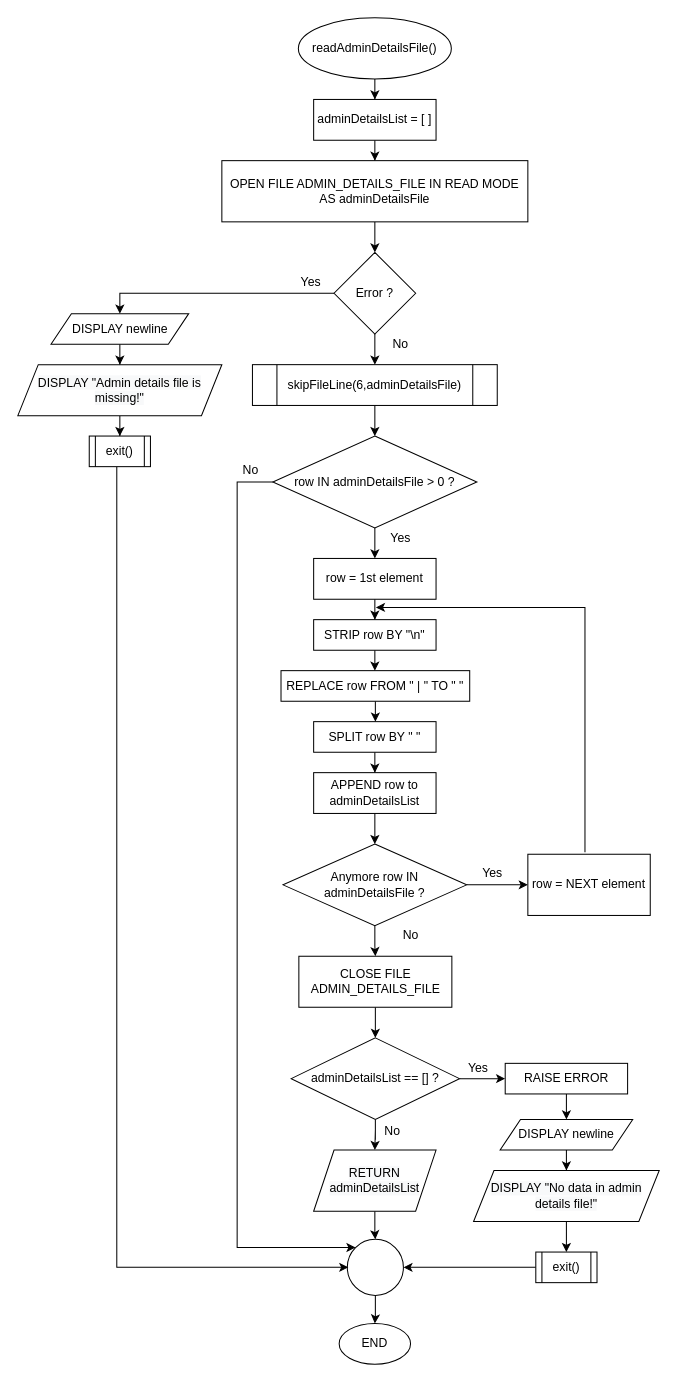
The draw.io diagram page "readAdminDetailsFile" (13 of 41) of Documentation/All_Flowcharts.drawio in 0xYudhishthra/python-assignment, before the edit. Source tidied: cells renumbered, new cells numbered last; positions are measured from the earlier drawing's top-left corner, leaving out a move shared by most shapes. Both pictures are drawn from the tidied source at 102%, with x=0, y=0 at pixel (17, 17).
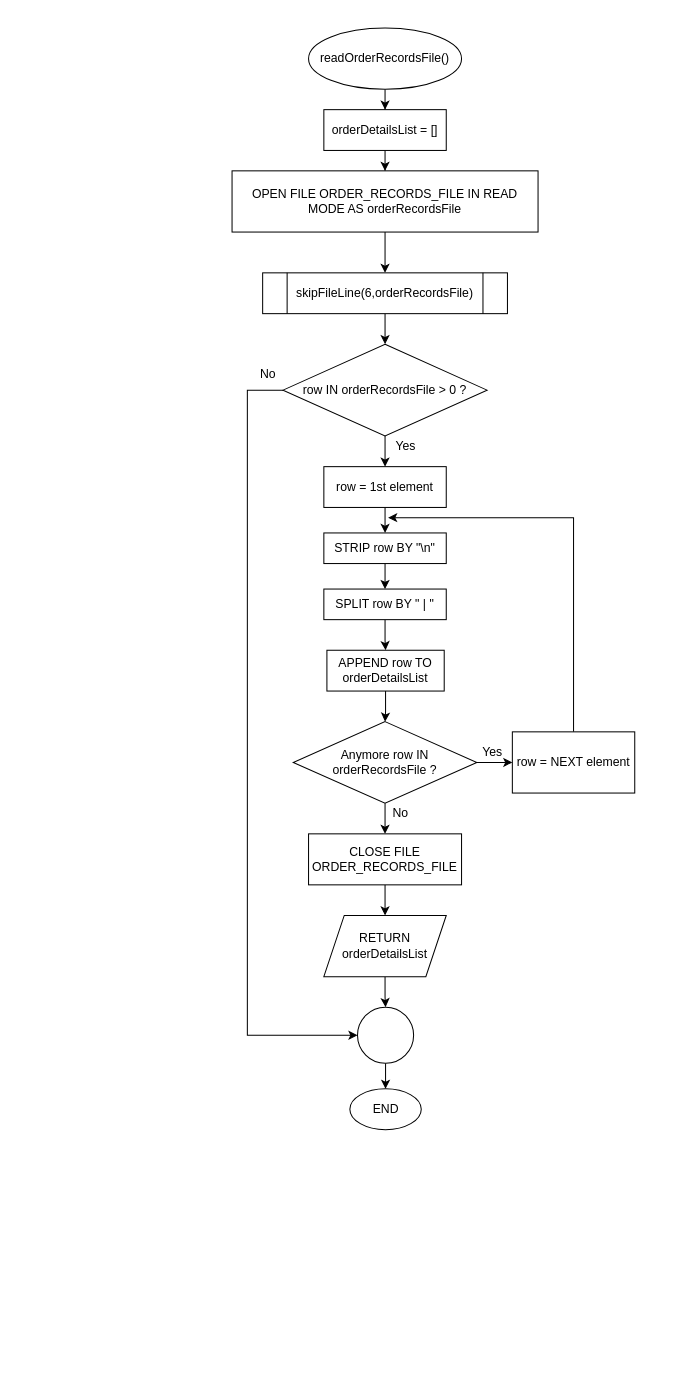
Above is the later version.

The edit, as a diff of the source:
```diff
@@
-    <mxCell id="2" style="edgeStyle=orthogonalEdgeStyle;rounded=0;jettySize=auto;html=1;" parent="1" edge="1" source="3" target="5">
-      <mxGeometry relative="1" as="geometry" />
-    </mxCell>
-    <mxCell id="3" value="readAdminDetailsFile()" style="ellipse;whiteSpace=wrap;html=1;" parent="1" vertex="1">
-      <mxGeometry x="275" width="150" height="60" as="geometry" />
-    </mxCell>
-    <mxCell id="4" style="edgeStyle=orthogonalEdgeStyle;rounded=0;jettySize=auto;html=1;" parent="1" edge="1" source="5" target="7">
-      <mxGeometry relative="1" as="geometry" />
-    </mxCell>
-    <mxCell id="5" value="adminDetailsList = [ ]" style="whiteSpace=wrap;html=1;" parent="1" vertex="1">
-      <mxGeometry x="290" y="80" width="120" height="40" as="geometry" />
-    </mxCell>
-    <mxCell id="6" style="edgeStyle=orthogonalEdgeStyle;rounded=0;jettySize=auto;html=1;" parent="1" edge="1" source="7" target="10">
-      <mxGeometry relative="1" as="geometry" />
-    </mxCell>
-    <mxCell id="7" value="OPEN FILE ADMIN_DETAILS_FILE IN READ MODE AS adminDetailsFile" style="whiteSpace=wrap;html=1;" parent="1" vertex="1">
-      <mxGeometry x="200" y="140" width="300" height="60" as="geometry" />
-    </mxCell>
-    <mxCell id="8" style="edgeStyle=orthogonalEdgeStyle;rounded=0;jettySize=auto;html=1;" parent="1" edge="1" source="10" target="12">
-      <mxGeometry relative="1" as="geometry" />
-    </mxCell>
-    <mxCell id="9" style="edgeStyle=orthogonalEdgeStyle;rounded=0;jettySize=auto;html=1;entryX=0.5;entryY=0;entryDx=0;entryDy=0;" parent="1" edge="1" source="10" target="55">
-      <mxGeometry relative="1" as="geometry" />
-    </mxCell>
-    <mxCell id="10" value="Error ?" style="rhombus;whiteSpace=wrap;html=1;" parent="1" vertex="1">
-      <mxGeometry x="310" y="230" width="80" height="80" as="geometry" />
-    </mxCell>
-    <mxCell id="11" style="edgeStyle=orthogonalEdgeStyle;rounded=0;jettySize=auto;html=1;" parent="1" edge="1" source="12" target="24">
-      <mxGeometry relative="1" as="geometry" />
-    </mxCell>
-    <mxCell id="12" value="skipFileLine(6,adminDetailsFile)" style="shape=process;whiteSpace=wrap;html=1;backgroundOutline=1;" parent="1" vertex="1">
-      <mxGeometry x="230" y="340" width="240" height="40" as="geometry" />
-    </mxCell>
+    <mxCell id="63" style="edgeStyle=orthogonalEdgeStyle;rounded=0;jettySize=auto;html=1;" parent="1" edge="1" source="64" target="66">
+      <mxGeometry relative="1" as="geometry" />
+    </mxCell>
+    <mxCell id="64" value="readOrderRecordsFile()" style="ellipse;whiteSpace=wrap;html=1;" parent="1" vertex="1">
+      <mxGeometry x="285" y="10" width="150" height="60" as="geometry" />
+    </mxCell>
+    <mxCell id="65" style="edgeStyle=orthogonalEdgeStyle;rounded=0;jettySize=auto;html=1;" parent="1" edge="1" source="66" target="68">
+      <mxGeometry relative="1" as="geometry" />
+    </mxCell>
+    <mxCell id="66" value="orderDetailsList = []" style="whiteSpace=wrap;html=1;" parent="1" vertex="1">
+      <mxGeometry x="300" y="90" width="120" height="40" as="geometry" />
+    </mxCell>
+    <mxCell id="67" style="edgeStyle=orthogonalEdgeStyle;rounded=0;jettySize=auto;html=1;entryX=0.5;entryY=0;entryDx=0;entryDy=0;" parent="1" edge="1" source="68" target="70">
+      <mxGeometry relative="1" as="geometry" />
+    </mxCell>
+    <mxCell id="68" value="OPEN FILE ORDER_RECORDS_FILE IN READ MODE AS orderRecordsFile" style="whiteSpace=wrap;html=1;" parent="1" vertex="1">
+      <mxGeometry x="210" y="150" width="300" height="60" as="geometry" />
+    </mxCell>
+    <mxCell id="69" style="edgeStyle=orthogonalEdgeStyle;rounded=0;jettySize=auto;html=1;" parent="1" edge="1" source="70" target="76">
+      <mxGeometry relative="1" as="geometry" />
+    </mxCell>
+    <mxCell id="70" value="skipFileLine(6,orderRecordsFile)" style="shape=process;whiteSpace=wrap;html=1;backgroundOutline=1;" parent="1" vertex="1">
+      <mxGeometry x="240" y="250" width="240" height="40" as="geometry" />
+    </mxCell>
@@
     <mxCell id="14" value="row = 1st element" style="whiteSpace=wrap;html=1;" parent="1" vertex="1">
-      <mxGeometry x="290" y="530" width="120" height="40" as="geometry" />
+      <mxGeometry x="300" y="440" width="120" height="40" as="geometry" />
     </mxCell>
-    <mxCell id="15" style="edgeStyle=orthogonalEdgeStyle;rounded=0;jettySize=auto;html=1;" parent="1" edge="1" source="16" target="27">
-      <mxGeometry relative="1" as="geometry" />
-    </mxCell>
-    <mxCell id="16" value="SPLIT row BY &quot; &quot;" style="whiteSpace=wrap;html=1;" parent="1" vertex="1">
-      <mxGeometry x="290" y="690" width="120" height="30" as="geometry" />
-    </mxCell>
-    <mxCell id="17" style="edgeStyle=orthogonalEdgeStyle;rounded=0;jettySize=auto;html=1;" parent="1" edge="1" source="18" target="16">
-      <mxGeometry relative="1" as="geometry" />
-    </mxCell>
-    <mxCell id="18" value="REPLACE row FROM &quot; | &quot; TO &quot; &quot;" style="whiteSpace=wrap;html=1;" parent="1" vertex="1">
-      <mxGeometry x="258" y="640" width="185" height="30" as="geometry" />
-    </mxCell>
-    <mxCell id="19" style="edgeStyle=orthogonalEdgeStyle;rounded=0;jettySize=auto;html=1;" parent="1" edge="1" source="20" target="18">
-      <mxGeometry relative="1" as="geometry" />
-    </mxCell>
+    <mxCell id="71" style="edgeStyle=orthogonalEdgeStyle;rounded=0;jettySize=auto;html=1;" parent="1" edge="1" source="72" target="79">
+      <mxGeometry relative="1" as="geometry" />
+    </mxCell>
+    <mxCell id="72" value="SPLIT row BY &quot; | &quot;" style="whiteSpace=wrap;html=1;" parent="1" vertex="1">
+      <mxGeometry x="300" y="560" width="120" height="30" as="geometry" />
+    </mxCell>
+    <mxCell id="73" style="edgeStyle=orthogonalEdgeStyle;rounded=0;jettySize=auto;html=1;entryX=0.5;entryY=0;entryDx=0;entryDy=0;" parent="1" edge="1" source="20" target="72">
+      <mxGeometry relative="1" as="geometry" />
+    </mxCell>
     <mxCell id="20" value="STRIP row BY &quot;\n&quot;" style="whiteSpace=wrap;html=1;" parent="1" vertex="1">
-      <mxGeometry x="290" y="590" width="120" height="30" as="geometry" />
+      <mxGeometry x="300" y="505" width="120" height="30" as="geometry" />
     </mxCell>
-    <mxCell id="21" value="No" style="text;html=1;align=center;verticalAlign=middle;strokeColor=none;" parent="1" vertex="1">
-      <mxGeometry x="360" y="310" width="30" height="20" as="geometry" />
-    </mxCell>
-    <mxCell id="22" style="edgeStyle=orthogonalEdgeStyle;rounded=0;jettySize=auto;html=1;" parent="1" edge="1" source="24" target="14">
-      <mxGeometry relative="1" as="geometry" />
-    </mxCell>
-    <mxCell id="23" style="edgeStyle=orthogonalEdgeStyle;rounded=0;jettySize=auto;html=1;entryX=0;entryY=0;entryDx=0;entryDy=0;" parent="1" edge="1" source="24" target="53">
-      <mxGeometry relative="1" as="geometry">
-        <Array as="points">
-          <mxPoint x="215" y="455" />
-          <mxPoint x="215" y="1206" />
-        </Array>
-      </mxGeometry>
-    </mxCell>
-    <mxCell id="24" value="row IN adminDetailsFile &amp;gt; 0 ?" style="rhombus;whiteSpace=wrap;html=1;" parent="1" vertex="1">
-      <mxGeometry x="250" y="410" width="200" height="90" as="geometry" />
-    </mxCell>
-    <mxCell id="25" value="Yes" style="text;html=1;align=center;verticalAlign=middle;strokeColor=none;" parent="1" vertex="1">
-      <mxGeometry x="355" y="500" width="40" height="20" as="geometry" />
-    </mxCell>
-    <mxCell id="26" style="edgeStyle=orthogonalEdgeStyle;rounded=0;jettySize=auto;html=1;" parent="1" edge="1" source="27" target="30">
-      <mxGeometry relative="1" as="geometry" />
-    </mxCell>
-    <mxCell id="27" value="APPEND row to adminDetailsList" style="whiteSpace=wrap;html=1;" parent="1" vertex="1">
-      <mxGeometry x="290" y="740" width="120" height="40" as="geometry" />
-    </mxCell>
-    <mxCell id="28" style="edgeStyle=orthogonalEdgeStyle;rounded=0;jettySize=auto;html=1;" parent="1" edge="1" source="30" target="32">
-      <mxGeometry relative="1" as="geometry" />
-    </mxCell>
-    <mxCell id="29" style="edgeStyle=orthogonalEdgeStyle;rounded=0;jettySize=auto;html=1;" parent="1" edge="1" source="30" target="35">
-      <mxGeometry relative="1" as="geometry" />
-    </mxCell>
-    <mxCell id="30" value="Anymore row IN adminDetailsFile ?" style="rhombus;whiteSpace=wrap;html=1;" parent="1" vertex="1">
-      <mxGeometry x="260" y="810" width="180" height="80" as="geometry" />
-    </mxCell>
-    <mxCell id="31" style="edgeStyle=orthogonalEdgeStyle;rounded=0;orthogonalLoop=1;jettySize=auto;html=1;" parent="1" edge="1">
-      <mxGeometry relative="1" as="geometry">
-        <mxPoint x="556" y="818" as="sourcePoint" />
-        <mxPoint x="351" y="578" as="targetPoint" />
-        <Array as="points">
-          <mxPoint x="556" y="578" />
-        </Array>
-      </mxGeometry>
-    </mxCell>
+    <mxCell id="74" style="edgeStyle=orthogonalEdgeStyle;rounded=0;jettySize=auto;html=1;" parent="1" edge="1" source="76" target="14">
+      <mxGeometry relative="1" as="geometry" />
+    </mxCell>
+    <mxCell id="75" style="edgeStyle=orthogonalEdgeStyle;rounded=0;jettySize=auto;html=1;entryX=0;entryY=0.5;entryDx=0;entryDy=0;" parent="1" edge="1" source="76" target="91">
+      <mxGeometry relative="1" as="geometry">
+        <Array as="points">
+          <mxPoint x="225" y="365" />
+          <mxPoint x="225" y="998" />
+        </Array>
+      </mxGeometry>
+    </mxCell>
+    <mxCell id="76" value="row IN orderRecordsFile &amp;gt; 0 ?" style="rhombus;whiteSpace=wrap;html=1;" parent="1" vertex="1">
+      <mxGeometry x="260" y="320" width="200" height="90" as="geometry" />
+    </mxCell>
+    <mxCell id="77" value="Yes" style="text;html=1;align=center;verticalAlign=middle;strokeColor=none;" parent="1" vertex="1">
+      <mxGeometry x="360" y="410" width="40" height="20" as="geometry" />
+    </mxCell>
+    <mxCell id="78" style="edgeStyle=orthogonalEdgeStyle;rounded=0;jettySize=auto;html=1;" parent="1" edge="1" source="79" target="82">
+      <mxGeometry relative="1" as="geometry" />
+    </mxCell>
+    <mxCell id="79" value="APPEND row TO orderDetailsList" style="whiteSpace=wrap;html=1;" parent="1" vertex="1">
+      <mxGeometry x="303" y="620" width="115" height="40" as="geometry" />
+    </mxCell>
+    <mxCell id="80" style="edgeStyle=orthogonalEdgeStyle;rounded=0;jettySize=auto;html=1;" parent="1" edge="1" source="82" target="32">
+      <mxGeometry relative="1" as="geometry" />
+    </mxCell>
+    <mxCell id="81" style="edgeStyle=orthogonalEdgeStyle;rounded=0;jettySize=auto;html=1;" parent="1" edge="1" source="82" target="86">
+      <mxGeometry relative="1" as="geometry" />
+    </mxCell>
+    <mxCell id="82" value="Anymore row IN orderRecordsFile ?" style="rhombus;whiteSpace=wrap;html=1;" parent="1" vertex="1">
+      <mxGeometry x="270" y="690" width="180" height="80" as="geometry" />
+    </mxCell>
+    <mxCell id="83" style="edgeStyle=orthogonalEdgeStyle;rounded=0;jettySize=auto;html=1;exitX=0.5;exitY=0;exitDx=0;exitDy=0;" parent="1" edge="1" source="32">
+      <mxGeometry relative="1" as="geometry">
+        <mxPoint x="363" y="490" as="targetPoint" />
+        <Array as="points">
+          <mxPoint x="545" y="490" />
+          <mxPoint x="363" y="490" />
+        </Array>
+      </mxGeometry>
+    </mxCell>
     <mxCell id="32" value="row = NEXT element" style="whiteSpace=wrap;html=1;" parent="1" vertex="1">
-      <mxGeometry x="500" y="820" width="120" height="60" as="geometry" />
+      <mxGeometry x="484.8" y="700" width="120" height="60" as="geometry" />
     </mxCell>
-    <mxCell id="33" value="Yes" style="text;html=1;align=center;verticalAlign=middle;strokeColor=none;" parent="1" vertex="1">
-      <mxGeometry x="445" y="829" width="40" height="20" as="geometry" />
-    </mxCell>
-    <mxCell id="34" style="edgeStyle=orthogonalEdgeStyle;rounded=0;jettySize=auto;html=1;" parent="1" edge="1" source="35" target="39">
-      <mxGeometry relative="1" as="geometry" />
-    </mxCell>
-    <mxCell id="35" value="CLOSE FILE ADMIN_DETAILS_FILE" style="whiteSpace=wrap;html=1;" parent="1" vertex="1">
-      <mxGeometry x="275.5" y="920" width="150" height="50" as="geometry" />
-    </mxCell>
-    <mxCell id="36" value="No" style="text;html=1;align=center;verticalAlign=middle;strokeColor=none;" parent="1" vertex="1">
-      <mxGeometry x="370" y="890" width="30" height="20" as="geometry" />
-    </mxCell>
-    <mxCell id="37" style="edgeStyle=orthogonalEdgeStyle;rounded=0;jettySize=auto;html=1;" parent="1" edge="1" source="39" target="40">
-      <mxGeometry relative="1" as="geometry" />
-    </mxCell>
-    <mxCell id="38" style="edgeStyle=orthogonalEdgeStyle;rounded=0;jettySize=auto;html=1;entryX=0.5;entryY=0;entryDx=0;entryDy=0;" parent="1" edge="1" source="39">
-      <mxGeometry relative="1" as="geometry">
-        <mxPoint x="350" y="1110" as="targetPoint" />
-      </mxGeometry>
-    </mxCell>
-    <mxCell id="39" value="adminDetailsList == [] ?" style="rhombus;whiteSpace=wrap;html=1;" parent="1" vertex="1">
-      <mxGeometry x="268" y="1000" width="165" height="80" as="geometry" />
-    </mxCell>
-    <mxCell id="40" value="RAISE ERROR" style="whiteSpace=wrap;html=1;" parent="1" vertex="1">
-      <mxGeometry x="477.8" y="1025" width="120" height="30" as="geometry" />
-    </mxCell>
-    <mxCell id="41" value="Yes" style="text;html=1;align=center;verticalAlign=middle;strokeColor=none;" parent="1" vertex="1">
-      <mxGeometry x="431" y="1020" width="40" height="20" as="geometry" />
-    </mxCell>
-    <mxCell id="42" style="edgeStyle=orthogonalEdgeStyle;rounded=0;jettySize=auto;html=1;entryX=0.5;entryY=0;entryDx=0;entryDy=0;exitX=0.5;exitY=1;exitDx=0;exitDy=0;" parent="1" edge="1" source="40" target="44">
-      <mxGeometry relative="1" as="geometry" />
-    </mxCell>
-    <mxCell id="43" style="edgeStyle=orthogonalEdgeStyle;rounded=0;jettySize=auto;html=1;" parent="1" edge="1" source="44" target="46">
-      <mxGeometry relative="1" as="geometry" />
-    </mxCell>
-    <mxCell id="44" value="DISPLAY newline" style="shape=parallelogram;perimeter=parallelogramPerimeter;whiteSpace=wrap;html=1;fixedSize=1;" parent="1" vertex="1">
-      <mxGeometry x="472.8" y="1080" width="130" height="30" as="geometry" />
-    </mxCell>
-    <mxCell id="45" style="edgeStyle=orthogonalEdgeStyle;rounded=0;jettySize=auto;html=1;" parent="1" edge="1" source="46" target="48">
-      <mxGeometry relative="1" as="geometry" />
-    </mxCell>
-    <mxCell id="46" value="&lt;span style=&quot;color: rgb(0 , 0 , 0) ; font-family: &amp;#34;helvetica&amp;#34; ; font-size: 12px ; font-style: normal ; font-weight: 400 ; letter-spacing: normal ; text-align: left ; text-indent: 0px ; text-transform: none ; word-spacing: 0px ; background-color: rgb(248 , 249 , 250) ; display: inline ; float: none&quot;&gt;DISPLAY &quot;No data in admin details file!&quot;&lt;/span&gt;" style="shape=parallelogram;perimeter=parallelogramPerimeter;whiteSpace=wrap;html=1;fixedSize=1;" parent="1" vertex="1">
-      <mxGeometry x="446.8" y="1130" width="182" height="50" as="geometry" />
-    </mxCell>
-    <mxCell id="47" style="edgeStyle=orthogonalEdgeStyle;rounded=0;jettySize=auto;html=1;" parent="1" edge="1" source="48" target="53">
-      <mxGeometry relative="1" as="geometry" />
-    </mxCell>
-    <mxCell id="48" value="exit()" style="shape=process;whiteSpace=wrap;html=1;backgroundOutline=1;" parent="1" vertex="1">
-      <mxGeometry x="507.8" y="1210" width="60" height="30" as="geometry" />
-    </mxCell>
-    <mxCell id="49" value="No" style="text;html=1;align=center;verticalAlign=middle;strokeColor=none;" parent="1" vertex="1">
-      <mxGeometry x="352" y="1082" width="30" height="20" as="geometry" />
-    </mxCell>
-    <mxCell id="50" style="edgeStyle=orthogonalEdgeStyle;rounded=0;jettySize=auto;html=1;" parent="1" edge="1" source="51" target="53">
-      <mxGeometry relative="1" as="geometry" />
-    </mxCell>
-    <mxCell id="51" value="&#10;&#10;&lt;span style=&quot;color: rgb(0, 0, 0); font-family: helvetica; font-size: 12px; font-style: normal; font-weight: 400; letter-spacing: normal; text-align: center; text-indent: 0px; text-transform: none; word-spacing: 0px; background-color: rgb(248, 249, 250); display: inline; float: none;&quot;&gt;RETURN adminDetailsList&lt;/span&gt;&#10;&#10;" style="shape=parallelogram;perimeter=parallelogramPerimeter;whiteSpace=wrap;html=1;fixedSize=1;" parent="1" vertex="1">
-      <mxGeometry x="290" y="1110" width="120" height="60" as="geometry" />
-    </mxCell>
-    <mxCell id="52" style="edgeStyle=orthogonalEdgeStyle;rounded=0;jettySize=auto;html=1;" parent="1" edge="1" source="53" target="61">
-      <mxGeometry relative="1" as="geometry" />
-    </mxCell>
-    <mxCell id="53" style="ellipse;whiteSpace=wrap;html=1;" parent="1" vertex="1">
-      <mxGeometry x="323" y="1197.5" width="55" height="55" as="geometry" />
-    </mxCell>
-    <mxCell id="54" style="edgeStyle=orthogonalEdgeStyle;rounded=0;jettySize=auto;html=1;" parent="1" edge="1" source="55" target="57">
-      <mxGeometry relative="1" as="geometry" />
-    </mxCell>
-    <mxCell id="55" value="DISPLAY newline" style="shape=parallelogram;perimeter=parallelogramPerimeter;whiteSpace=wrap;html=1;fixedSize=1;" parent="1" vertex="1">
-      <mxGeometry x="32.5" y="290" width="135" height="30" as="geometry" />
-    </mxCell>
-    <mxCell id="56" style="edgeStyle=orthogonalEdgeStyle;rounded=0;jettySize=auto;html=1;" parent="1" edge="1" source="57" target="59">
-      <mxGeometry relative="1" as="geometry" />
-    </mxCell>
-    <mxCell id="57" value="&lt;span style=&quot;color: rgb(0 , 0 , 0) ; font-family: &amp;#34;helvetica&amp;#34; ; font-size: 12px ; font-style: normal ; font-weight: 400 ; letter-spacing: normal ; text-align: center ; text-indent: 0px ; text-transform: none ; word-spacing: 0px ; background-color: rgb(248 , 249 , 250) ; display: inline ; float: none&quot;&gt;DISPLAY &quot;Admin details file is missing!&quot;&lt;/span&gt;" style="shape=parallelogram;perimeter=parallelogramPerimeter;whiteSpace=wrap;html=1;fixedSize=1;" parent="1" vertex="1">
-      <mxGeometry y="340" width="200" height="50" as="geometry" />
-    </mxCell>
-    <mxCell id="58" style="edgeStyle=orthogonalEdgeStyle;rounded=0;orthogonalLoop=1;jettySize=auto;html=1;" parent="1" edge="1">
-      <mxGeometry relative="1" as="geometry">
-        <mxPoint x="97" y="440" as="sourcePoint" />
-        <mxPoint x="324" y="1225" as="targetPoint" />
-        <Array as="points">
-          <mxPoint x="97" y="1225" />
-        </Array>
-      </mxGeometry>
-    </mxCell>
-    <mxCell id="59" value="exit()" style="shape=process;whiteSpace=wrap;html=1;backgroundOutline=1;" parent="1" vertex="1">
-      <mxGeometry x="70" y="410" width="60" height="30" as="geometry" />
-    </mxCell>
-    <mxCell id="60" value="Yes" style="text;html=1;align=center;verticalAlign=middle;strokeColor=none;" parent="1" vertex="1">
-      <mxGeometry x="267" y="249" width="40" height="20" as="geometry" />
-    </mxCell>
+    <mxCell id="84" value="Yes" style="text;html=1;align=center;verticalAlign=middle;strokeColor=none;" parent="1" vertex="1">
+      <mxGeometry x="445" y="710" width="40" height="20" as="geometry" />
+    </mxCell>
+    <mxCell id="85" style="edgeStyle=orthogonalEdgeStyle;rounded=0;jettySize=auto;html=1;entryX=0.5;entryY=0;entryDx=0;entryDy=0;" parent="1" edge="1" source="86" target="89">
+      <mxGeometry relative="1" as="geometry" />
+    </mxCell>
+    <mxCell id="86" value="CLOSE FILE ORDER_RECORDS_FILE" style="whiteSpace=wrap;html=1;" parent="1" vertex="1">
+      <mxGeometry x="285" y="800" width="150" height="50" as="geometry" />
+    </mxCell>
+    <mxCell id="87" value="No" style="text;html=1;align=center;verticalAlign=middle;strokeColor=none;" parent="1" vertex="1">
+      <mxGeometry x="360" y="770" width="30" height="20" as="geometry" />
+    </mxCell>
+    <mxCell id="88" style="edgeStyle=orthogonalEdgeStyle;rounded=0;jettySize=auto;html=1;" parent="1" edge="1" source="89" target="91">
+      <mxGeometry relative="1" as="geometry" />
+    </mxCell>
+    <mxCell id="89" value="RETURN orderDetailsList" style="shape=parallelogram;perimeter=parallelogramPerimeter;whiteSpace=wrap;html=1;fixedSize=1;" parent="1" vertex="1">
+      <mxGeometry x="300" y="880" width="120" height="60" as="geometry" />
+    </mxCell>
+    <mxCell id="90" style="edgeStyle=orthogonalEdgeStyle;rounded=0;jettySize=auto;html=1;" parent="1" edge="1" source="91" target="61">
+      <mxGeometry relative="1" as="geometry" />
+    </mxCell>
+    <mxCell id="91" style="ellipse;whiteSpace=wrap;html=1;" parent="1" vertex="1">
+      <mxGeometry x="333" y="970" width="55" height="55" as="geometry" />
+    </mxCell>
     <mxCell id="61" value="END" style="ellipse;whiteSpace=wrap;html=1;" parent="1" vertex="1">
-      <mxGeometry x="315" y="1280" width="70" height="40" as="geometry" />
+      <mxGeometry x="325.5" y="1050" width="70" height="40" as="geometry" />
     </mxCell>
-    <mxCell id="62" value="No" style="text;html=1;align=center;verticalAlign=middle;strokeColor=none;" parent="1" vertex="1">
-      <mxGeometry x="213" y="434" width="30" height="20" as="geometry" />
-    </mxCell>
+    <mxCell id="92" value="No" style="text;html=1;align=center;verticalAlign=middle;strokeColor=none;" parent="1" vertex="1">
+      <mxGeometry x="230" y="340" width="30" height="20" as="geometry" />
+    </mxCell>
```
